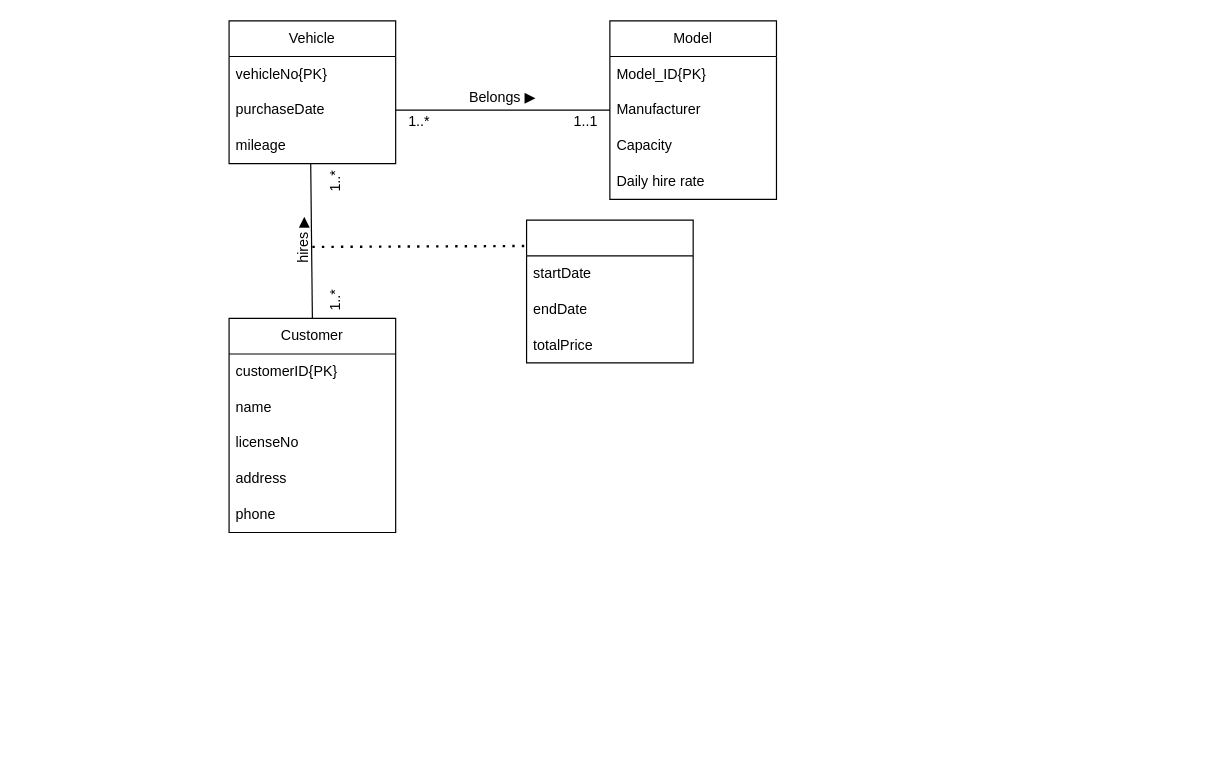
Earlier version of the draw.io diagram DBMS_T02_3a.drawio (shadowngks/DBMS). Source tidied: cells renumbered, new cells numbered last; positions are measured from the earlier drawing's top-left corner, leaving out a move shared by most shapes. Both pictures are drawn from the tidied source at 119%, with x=0, y=0 at pixel (228, 20).
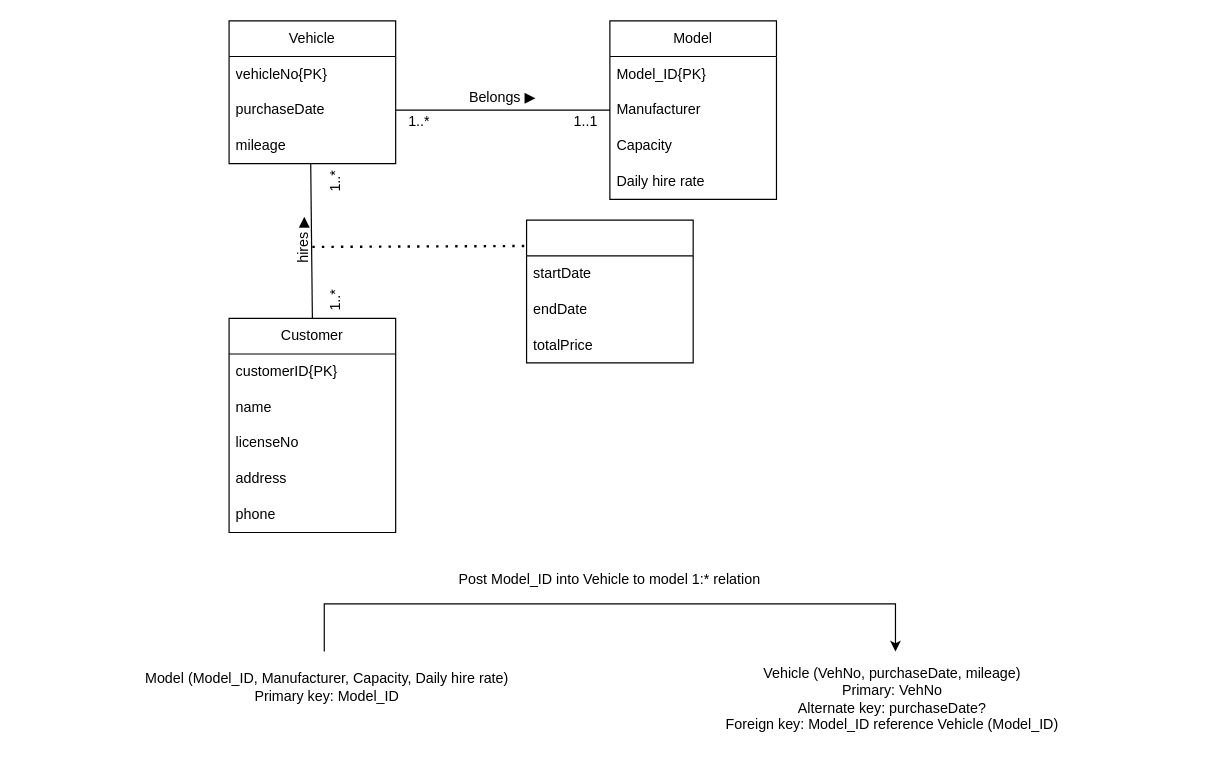
Above is the later version.

Commit message:
First relational schema

Change to the diagram source:
```diff
@@
+    <mxCell id="30" style="endArrow=classic;html=1;rounded=0;" parent="1" edge="1">
+      <mxGeometry relative="1" as="geometry">
+        <mxPoint x="80" y="530" as="sourcePoint" />
+        <mxPoint x="560" y="530" as="targetPoint" />
+        <Array as="points">
+          <mxPoint x="80" y="490" />
+          <mxPoint x="560" y="490" />
+        </Array>
+      </mxGeometry>
+    </mxCell>
+    <mxCell id="31" value="Model (Model_ID, Manufacturer, Capacity, Daily hire rate)&lt;div&gt;Primary key: Model_ID&lt;/div&gt;" style="text;html=1;align=center;verticalAlign=middle;whiteSpace=wrap;rounded=0;" parent="1" vertex="1">
+      <mxGeometry x="-175" y="530" width="515" height="60" as="geometry" />
+    </mxCell>
+    <mxCell id="32" value="Vehicle (VehNo, purchaseDate, mileage)&lt;div&gt;Primary: VehNo&lt;/div&gt;&lt;div&gt;Alternate key: purchaseDate?&lt;/div&gt;&lt;div&gt;Foreign key: Model_ID reference Vehicle (Model_ID)&lt;/div&gt;" style="text;html=1;align=center;verticalAlign=middle;whiteSpace=wrap;rounded=0;" parent="1" vertex="1">
+      <mxGeometry x="300" y="530" width="515" height="80" as="geometry" />
+    </mxCell>
+    <mxCell id="33" value="Post Model_ID into Vehicle to model 1:* relation" style="text;html=1;align=center;verticalAlign=middle;whiteSpace=wrap;rounded=0;" parent="1" vertex="1">
+      <mxGeometry x="160" y="450" width="320" height="40" as="geometry" />
+    </mxCell>
```
